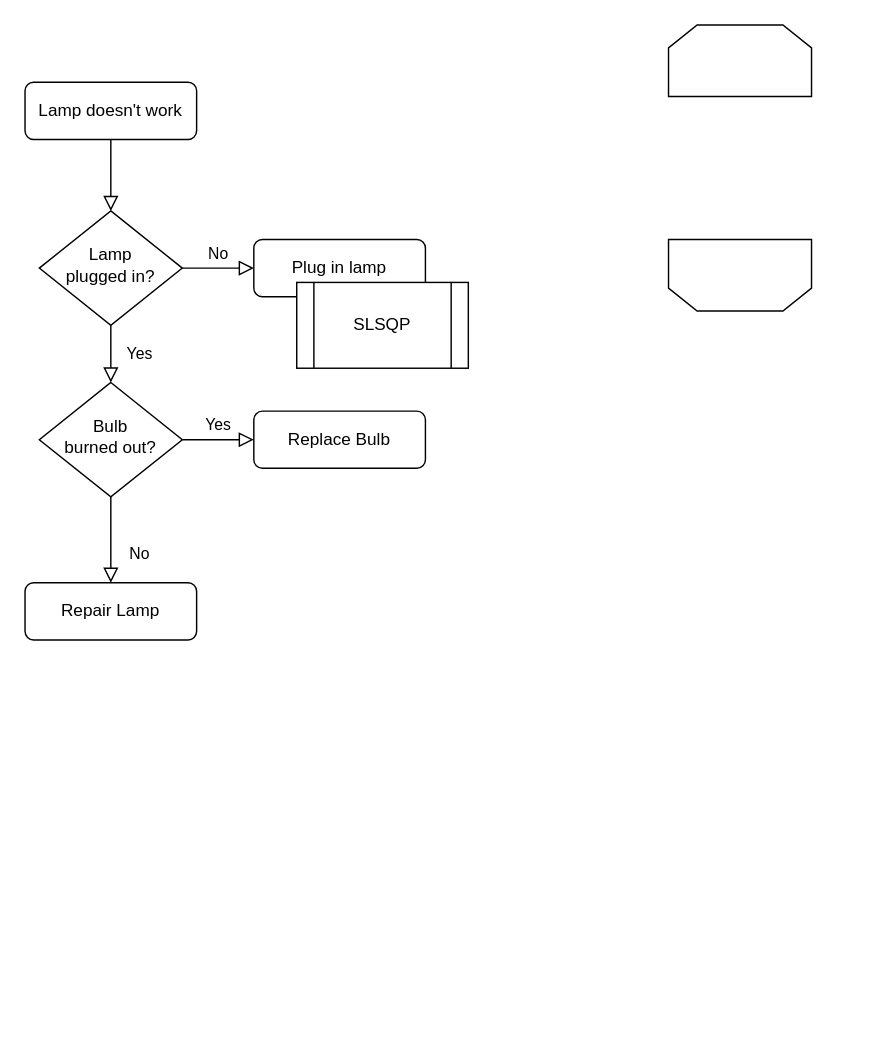
Before: 名称未設定ファイル.drawio in IDA-DAIKI/Sample, a draw.io diagram. Source tidied: cells renumbered, new cells numbered last; positions are measured from the earlier drawing's top-left corner, leaving out a move shared by most shapes. Both pictures are drawn from the tidied source at 143%, with x=0, y=0 at pixel (24, 24).
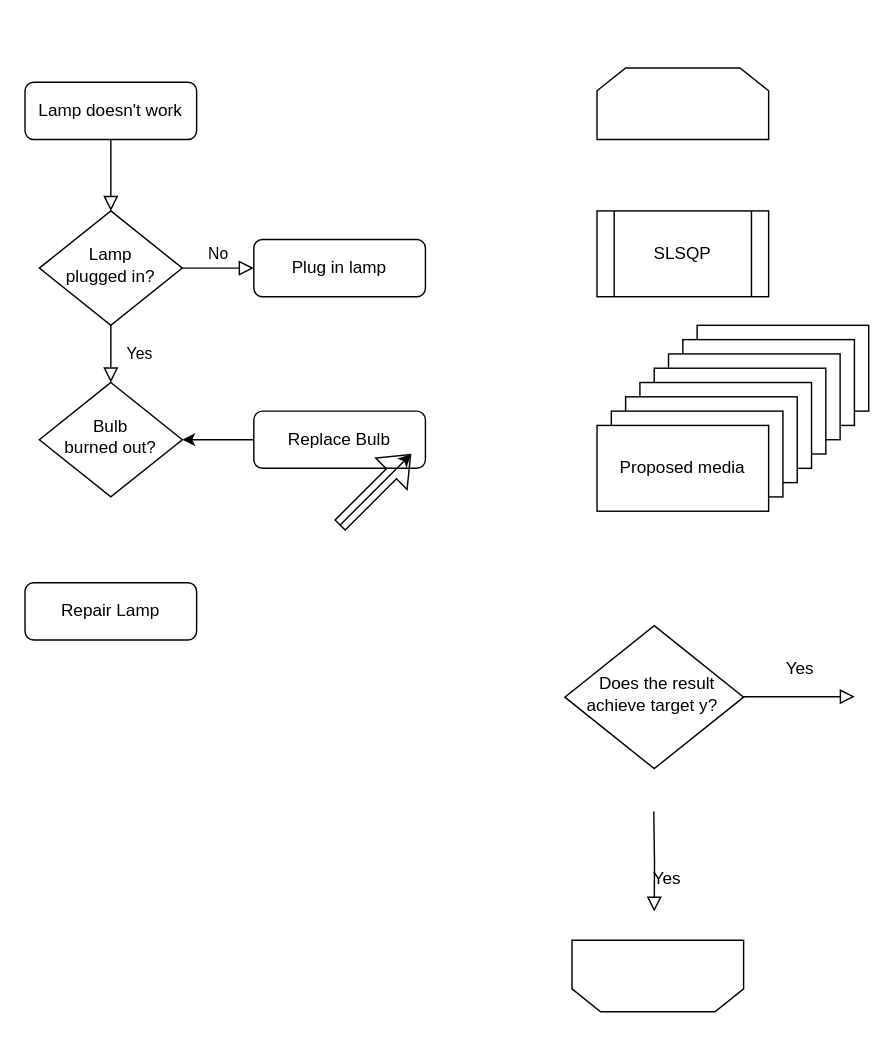
The same page after the edit.

The change refers to these unchanged cells:
```xml
<mxCell id="10" value="Bulb&lt;br&gt;burned out?" style="rhombus;whiteSpace=wrap;html=1;shadow=0;fontFamily=Helvetica;fontSize=12;align=center;strokeWidth=1;spacing=6;spacingTop=-4;" parent="1" vertex="1">
  <mxGeometry x="10" y="250" width="100" height="80" as="geometry" />
</mxCell>
<mxCell id="11" value="Repair Lamp" style="rounded=1;whiteSpace=wrap;html=1;fontSize=12;glass=0;strokeWidth=1;shadow=0;" parent="1" vertex="1">
  <mxGeometry y="390" width="120" height="40" as="geometry" />
</mxCell>
<mxCell id="12" value="Replace Bulb" style="rounded=1;whiteSpace=wrap;html=1;fontSize=12;glass=0;strokeWidth=1;shadow=0;" parent="1" vertex="1">
  <mxGeometry x="160" y="270" width="120" height="40" as="geometry" />
</mxCell>
```

Change to the diagram source:
```diff
@@
-    <mxCell id="8" value="No" style="rounded=0;html=1;jettySize=auto;fontSize=11;endArrow=block;endFill=0;endSize=8;strokeWidth=1;shadow=0;labelBackgroundColor=none;edgeStyle=orthogonalEdgeStyle;" parent="1" edge="1" source="10" target="11">
-      <mxGeometry x="0.33" y="20" relative="1" as="geometry" />
+    <mxCell id="8" value="&lt;font style=&quot;font-size: 12px;&quot;&gt;Yes&lt;/font&gt;" style="rounded=0;html=1;jettySize=auto;orthogonalLoop=1;fontSize=11;endArrow=block;endFill=0;endSize=8;strokeWidth=1;shadow=0;labelBackgroundColor=none;edgeStyle=orthogonalEdgeStyle;align=right;" parent="1" edge="1">
+      <mxGeometry x="0.33" y="20" relative="1" as="geometry">
+        <mxPoint x="500" y="469.7" as="sourcePoint" />
+        <mxPoint x="580.3" y="469.7" as="targetPoint" />
+      </mxGeometry>
     </mxCell>
-    <mxCell id="9" value="Yes" style="edgeStyle=orthogonalEdgeStyle;rounded=0;html=1;jettySize=auto;fontSize=11;endArrow=block;endFill=0;endSize=8;strokeWidth=1;shadow=0;labelBackgroundColor=none;" parent="1" edge="1" source="10" target="12">
-      <mxGeometry y="10" relative="1" as="geometry" />
-    </mxCell>
@@
+    <mxCell id="16" style="edgeStyle=orthogonalEdgeStyle;rounded=0;jettySize=auto;html=1;" parent="1" edge="1" source="12" target="10">
+      <mxGeometry relative="1" as="geometry" />
+    </mxCell>
@@
     <mxCell id="13" value="SLSQP" style="shape=process;whiteSpace=wrap;html=1;backgroundOutline=1;" parent="1" vertex="1">
-      <mxGeometry x="190" y="180" width="120" height="60" as="geometry" />
+      <mxGeometry x="400" y="130" width="120" height="60" as="geometry" />
     </mxCell>
     <mxCell id="14" style="shape=loopLimit;whiteSpace=wrap;html=1;direction=west;" parent="1" vertex="1">
-      <mxGeometry x="450" y="150" width="100" height="50" as="geometry" />
+      <mxGeometry x="382.5" y="640" width="120" height="50" as="geometry" />
     </mxCell>
-    <mxCell id="15" style="shape=loopLimit;whiteSpace=wrap;html=1;direction=east;" parent="1" vertex="1">
-      <mxGeometry x="450" width="100" height="50" as="geometry" />
-    </mxCell>
+    <mxCell id="17" style="group;" parent="1" vertex="1">
+      <mxGeometry x="400" y="210" width="190" height="130" as="geometry" />
+    </mxCell>
+    <mxCell id="18" style="rounded=0;whiteSpace=wrap;html=1;" parent="17" vertex="1">
+      <mxGeometry x="70" width="120" height="60" as="geometry" />
+    </mxCell>
+    <mxCell id="19" style="rounded=0;whiteSpace=wrap;html=1;" parent="17" vertex="1">
+      <mxGeometry x="60" y="10" width="120" height="60" as="geometry" />
+    </mxCell>
+    <mxCell id="20" style="rounded=0;whiteSpace=wrap;html=1;" parent="17" vertex="1">
+      <mxGeometry x="50" y="20" width="120" height="60" as="geometry" />
+    </mxCell>
+    <mxCell id="21" style="rounded=0;whiteSpace=wrap;html=1;" parent="17" vertex="1">
+      <mxGeometry x="40" y="30" width="120" height="60" as="geometry" />
+    </mxCell>
+    <mxCell id="22" style="rounded=0;whiteSpace=wrap;html=1;" parent="17" vertex="1">
+      <mxGeometry x="30" y="40" width="120" height="60" as="geometry" />
+    </mxCell>
+    <mxCell id="23" style="rounded=0;whiteSpace=wrap;html=1;" parent="17" vertex="1">
+      <mxGeometry x="20" y="50" width="120" height="60" as="geometry" />
+    </mxCell>
+    <mxCell id="24" style="rounded=0;whiteSpace=wrap;html=1;" parent="17" vertex="1">
+      <mxGeometry x="10" y="60" width="120" height="60" as="geometry" />
+    </mxCell>
+    <mxCell id="25" value="Proposed media" style="rounded=0;whiteSpace=wrap;html=1;" parent="17" vertex="1">
+      <mxGeometry y="70" width="120" height="60" as="geometry" />
+    </mxCell>
+    <mxCell id="26" style="shape=loopLimit;whiteSpace=wrap;html=1;direction=east;" parent="1" vertex="1">
+      <mxGeometry x="400" y="30" width="120" height="50" as="geometry" />
+    </mxCell>
+    <mxCell id="27" value="&amp;nbsp;Does the result achieve&amp;nbsp;&lt;span style=&quot;background-color: initial;&quot;&gt;target y?&amp;nbsp;&lt;/span&gt;" style="rhombus;whiteSpace=wrap;html=1;shadow=0;fontFamily=Helvetica;fontSize=12;align=center;strokeWidth=1;spacing=6;spacingTop=-4;" parent="1" vertex="1">
+      <mxGeometry x="377.5" y="420" width="125" height="100" as="geometry" />
+    </mxCell>
+    <mxCell id="28" style="endArrow=classic;html=1;rounded=0;" parent="1" edge="1">
+      <mxGeometry relative="1" as="geometry">
+        <mxPoint x="220" y="350" as="sourcePoint" />
+        <mxPoint x="270" y="300" as="targetPoint" />
+      </mxGeometry>
+    </mxCell>
+    <mxCell id="29" style="shape=flexArrow;endArrow=classic;html=1;rounded=0;" parent="1" edge="1">
+      <mxGeometry relative="1" as="geometry">
+        <mxPoint x="220" y="350" as="sourcePoint" />
+        <mxPoint x="270" y="300" as="targetPoint" />
+      </mxGeometry>
+    </mxCell>
+    <mxCell id="9" value="&lt;font style=&quot;font-size: 12px;&quot;&gt;Yes&lt;/font&gt;" style="rounded=0;html=1;jettySize=auto;orthogonalLoop=1;fontSize=11;endArrow=block;endFill=0;endSize=8;strokeWidth=1;shadow=0;labelBackgroundColor=none;edgeStyle=orthogonalEdgeStyle;align=right;" parent="1" edge="1">
+      <mxGeometry x="0.33" y="20" relative="1" as="geometry">
+        <mxPoint x="439.7" y="550" as="sourcePoint" />
+        <mxPoint x="440" y="620" as="targetPoint" />
+      </mxGeometry>
+    </mxCell>
```
